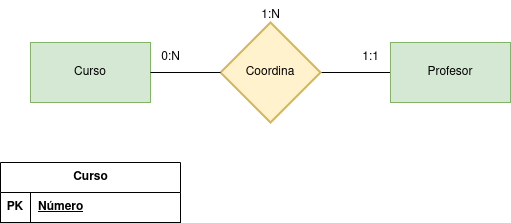
Before: tareas 1/Ejercicio calificable docente (MR-2).drawio.png, a diagram exported from draw.io (GermanOjeda/base-datos). Source tidied: cells renumbered, new cells last; positions are measured from the earlier drawing's top-left corner, leaving out a move shared by most shapes.
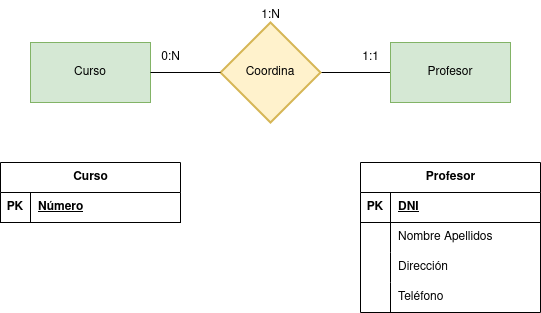
The same file after the commit.

What changed in the source:
```diff
@@ -38,5 +38,44 @@
     <mxCell id="13" value="Número" style="shape=partialRectangle;fillColor=none;top=0;left=0;bottom=0;right=0;align=left;spacingLeft=6;fontStyle=5;overflow=hidden;whiteSpace=wrap;html=1;" parent="11" vertex="1">
       <mxGeometry x="30" width="150" height="30" as="geometry" />
     </mxCell>
+    <mxCell id="14" value="Profesor" style="shape=table;startSize=30;rowLines=0;fontStyle=1;align=center;html=1;" parent="1" vertex="1">
+      <mxGeometry x="360" y="162" width="180" height="150" as="geometry" />
+    </mxCell>
+    <mxCell id="15" style="shape=tableRow;horizontal=0;startSize=0;swimlaneHead=0;swimlaneBody=0;fillColor=none;top=0;left=0;right=0;bottom=1;" parent="14" vertex="1">
+      <mxGeometry y="30" width="180" height="30" as="geometry" />
+    </mxCell>
+    <mxCell id="16" value="PK" style="shape=partialRectangle;fillColor=none;top=0;left=0;bottom=0;right=0;fontStyle=1;overflow=hidden;whiteSpace=wrap;html=1;" parent="15" vertex="1">
+      <mxGeometry width="30" height="30" as="geometry" />
+    </mxCell>
+    <mxCell id="17" value="DNI" style="shape=partialRectangle;fillColor=none;top=0;left=0;bottom=0;right=0;align=left;spacingLeft=6;fontStyle=5;overflow=hidden;whiteSpace=wrap;html=1;" parent="15" vertex="1">
+      <mxGeometry x="30" width="150" height="30" as="geometry" />
+    </mxCell>
+    <mxCell id="18" style="shape=tableRow;horizontal=0;startSize=0;swimlaneHead=0;swimlaneBody=0;fillColor=none;top=0;left=0;right=0;bottom=0;" parent="14" vertex="1">
+      <mxGeometry y="60" width="180" height="30" as="geometry" />
+    </mxCell>
+    <mxCell id="19" style="shape=partialRectangle;fillColor=none;top=0;left=0;bottom=0;right=0;overflow=hidden;whiteSpace=wrap;html=1;" parent="18" vertex="1">
+      <mxGeometry width="30" height="30" as="geometry" />
+    </mxCell>
+    <mxCell id="20" value="Nombre Apellidos" style="shape=partialRectangle;fillColor=none;top=0;left=0;bottom=0;right=0;align=left;spacingLeft=6;overflow=hidden;whiteSpace=wrap;html=1;" parent="18" vertex="1">
+      <mxGeometry x="30" width="150" height="30" as="geometry" />
+    </mxCell>
+    <mxCell id="21" style="shape=tableRow;horizontal=0;startSize=0;swimlaneHead=0;swimlaneBody=0;fillColor=none;top=0;left=0;right=0;bottom=0;" parent="14" vertex="1">
+      <mxGeometry y="90" width="180" height="30" as="geometry" />
+    </mxCell>
+    <mxCell id="22" style="shape=partialRectangle;fillColor=none;top=0;left=0;bottom=0;right=0;overflow=hidden;whiteSpace=wrap;html=1;" parent="21" vertex="1">
+      <mxGeometry width="30" height="30" as="geometry" />
+    </mxCell>
+    <mxCell id="23" value="Dirección" style="shape=partialRectangle;fillColor=none;top=0;left=0;bottom=0;right=0;align=left;spacingLeft=6;overflow=hidden;whiteSpace=wrap;html=1;" parent="21" vertex="1">
+      <mxGeometry x="30" width="150" height="30" as="geometry" />
+    </mxCell>
+    <mxCell id="24" style="shape=tableRow;horizontal=0;startSize=0;swimlaneHead=0;swimlaneBody=0;fillColor=none;top=0;left=0;right=0;bottom=0;" parent="14" vertex="1">
+      <mxGeometry y="120" width="180" height="30" as="geometry" />
+    </mxCell>
+    <mxCell id="25" style="shape=partialRectangle;fillColor=none;top=0;left=0;bottom=0;right=0;overflow=hidden;whiteSpace=wrap;html=1;" parent="24" vertex="1">
+      <mxGeometry width="30" height="30" as="geometry" />
+    </mxCell>
+    <mxCell id="26" value="Teléfono" style="shape=partialRectangle;fillColor=none;top=0;left=0;bottom=0;right=0;align=left;spacingLeft=6;overflow=hidden;whiteSpace=wrap;html=1;" parent="24" vertex="1">
+      <mxGeometry x="30" width="150" height="30" as="geometry" />
+    </mxCell>
   </root>
 </mxGraphModel>
```
